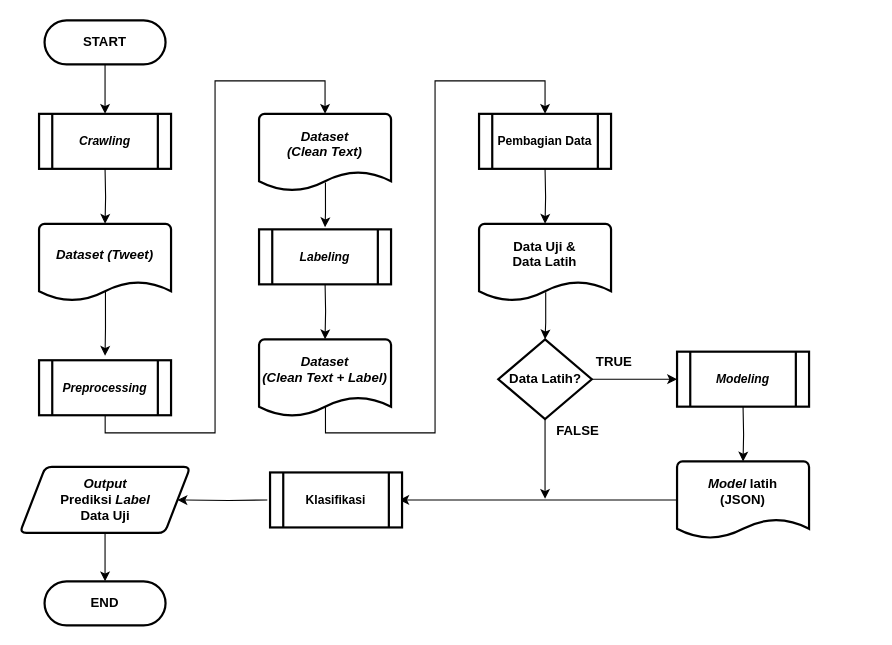
Before: Dokumen TA/Paper/Flowchart/Flowchart keseluruhan proses sistem.drawio in muspriandi/TextMining-SentimentAnalysis, a draw.io diagram. Source tidied: cells renumbered, new cells numbered last; positions are measured from the earlier drawing's top-left corner, leaving out a move shared by most shapes. Both pictures are drawn from the tidied source at 110%, with x=0, y=0 at pixel (19, 20).
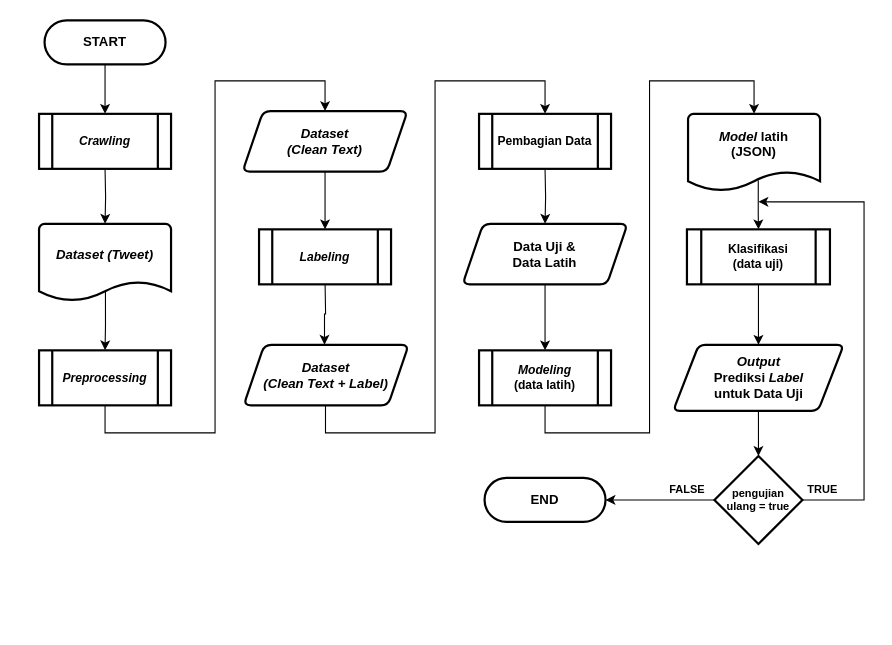
The same diagram, later.

The change refers to these unchanged cells:
```xml
<mxCell id="6" value="&lt;i style=&quot;font-size: 12px&quot;&gt;&lt;b style=&quot;font-size: 12px&quot;&gt;Dataset (Tweet)&lt;br style=&quot;font-size: 12px&quot;&gt;&lt;br style=&quot;font-size: 12px&quot;&gt;&lt;/b&gt;&lt;/i&gt;" style="strokeWidth=2;html=1;shape=mxgraph.flowchart.document2;whiteSpace=wrap;size=0.25;fontSize=12;" parent="1" vertex="1">
  <mxGeometry x="18" y="185" width="120" height="70" as="geometry" />
</mxCell>
<mxCell id="30" value="&lt;b&gt;&lt;i&gt;Labeling&lt;/i&gt;&lt;/b&gt;" style="shape=process;whiteSpace=wrap;html=1;backgroundOutline=1;strokeWidth=2;fontSize=11;" parent="1" vertex="1">
  <mxGeometry x="218" y="190" width="120" height="50" as="geometry" />
</mxCell>
```

Diff of the diagram source:
```diff
@@
-    <mxCell id="5" style="edgeStyle=orthogonalEdgeStyle;rounded=0;jettySize=auto;html=1;entryX=0.5;entryY=0;entryDx=0;entryDy=0;fontSize=12;exitX=0.503;exitY=0.862;exitDx=0;exitDy=0;exitPerimeter=0;" parent="1" edge="1" source="6">
-      <mxGeometry relative="1" as="geometry">
-        <mxPoint x="78" y="305" as="targetPoint" />
-      </mxGeometry>
+    <mxCell id="5" style="edgeStyle=orthogonalEdgeStyle;rounded=0;jettySize=auto;html=1;fontSize=12;exitX=0.503;exitY=0.862;exitDx=0;exitDy=0;exitPerimeter=0;entryX=0.5;entryY=0;entryDx=0;entryDy=0;" parent="1" edge="1" source="6" target="29">
+      <mxGeometry relative="1" as="geometry" />
     </mxCell>
@@
-    <mxCell id="7" style="edgeStyle=orthogonalEdgeStyle;rounded=0;jettySize=auto;html=1;entryX=0.5;entryY=0;entryDx=0;entryDy=0;entryPerimeter=0;fontSize=12;" parent="1" edge="1" target="9">
+    <mxCell id="7" style="edgeStyle=orthogonalEdgeStyle;rounded=0;jettySize=auto;html=1;entryX=0.5;entryY=0;entryDx=0;entryDy=0;fontSize=12;" parent="1" edge="1" source="29" target="9">
       <mxGeometry relative="1" as="geometry">
-        <mxPoint x="78.1" y="355" as="sourcePoint" />
         <Array as="points">
           <mxPoint x="78" y="375" />
           <mxPoint x="178" y="375" />
           <mxPoint x="178" y="55" />
           <mxPoint x="278" y="55" />
         </Array>
       </mxGeometry>
     </mxCell>
-    <mxCell id="8" style="edgeStyle=orthogonalEdgeStyle;rounded=0;jettySize=auto;html=1;entryX=0.5;entryY=0;entryDx=0;entryDy=0;fontSize=12;exitX=0.503;exitY=0.892;exitDx=0;exitDy=0;exitPerimeter=0;" parent="1" edge="1" source="9">
-      <mxGeometry relative="1" as="geometry">
-        <mxPoint x="278" y="188" as="targetPoint" />
-      </mxGeometry>
-    </mxCell>
-    <mxCell id="9" value="&lt;i style=&quot;font-size: 12px;&quot;&gt;&lt;b style=&quot;font-size: 12px;&quot;&gt;Dataset&lt;br style=&quot;font-size: 12px;&quot;&gt;(Clean Text)&lt;br style=&quot;font-size: 12px;&quot;&gt;&lt;br style=&quot;font-size: 12px;&quot;&gt;&lt;/b&gt;&lt;/i&gt;" style="strokeWidth=2;html=1;shape=mxgraph.flowchart.document2;whiteSpace=wrap;size=0.25;fontSize=12;" parent="1" vertex="1">
-      <mxGeometry x="218" y="85" width="120" height="70" as="geometry" />
-    </mxCell>
-    <mxCell id="10" style="edgeStyle=orthogonalEdgeStyle;rounded=0;jettySize=auto;html=1;entryX=0.5;entryY=0;entryDx=0;entryDy=0;entryPerimeter=0;fontSize=12;" parent="1" edge="1" target="12">
+    <mxCell id="10" style="edgeStyle=orthogonalEdgeStyle;rounded=0;jettySize=auto;html=1;entryX=0.49;entryY=-0.002;entryDx=0;entryDy=0;entryPerimeter=0;fontSize=12;" parent="1" edge="1" target="12">
       <mxGeometry relative="1" as="geometry">
         <mxPoint x="278" y="238" as="sourcePoint" />
       </mxGeometry>
     </mxCell>
-    <mxCell id="11" style="edgeStyle=orthogonalEdgeStyle;rounded=0;jettySize=auto;html=1;entryX=0.5;entryY=0;entryDx=0;entryDy=0;fontSize=12;exitX=0.503;exitY=0.861;exitDx=0;exitDy=0;exitPerimeter=0;" parent="1" edge="1" source="12">
+    <mxCell id="11" style="edgeStyle=orthogonalEdgeStyle;rounded=0;orthogonalLoop=1;jettySize=auto;html=1;entryX=0.5;entryY=0;entryDx=0;entryDy=0;fontSize=12;exitX=0.503;exitY=0.861;exitDx=0;exitDy=0;exitPerimeter=0;" parent="1" edge="1">
       <mxGeometry relative="1" as="geometry">
+        <mxPoint x="278.4" y="350.3" as="sourcePoint" />
         <mxPoint x="478" y="85" as="targetPoint" />
         <Array as="points">
           <mxPoint x="278" y="375" />
           <mxPoint x="378" y="375" />
           <mxPoint x="378" y="55" />
           <mxPoint x="478" y="55" />
         </Array>
       </mxGeometry>
     </mxCell>
-    <mxCell id="12" value="&lt;b style=&quot;font-size: 12px;&quot;&gt;&lt;i style=&quot;font-size: 12px;&quot;&gt;Dataset&lt;br style=&quot;font-size: 12px;&quot;&gt;(Clean Text + Label)&lt;br style=&quot;font-size: 12px;&quot;&gt;&lt;/i&gt;&lt;br style=&quot;font-size: 12px;&quot;&gt;&lt;/b&gt;" style="strokeWidth=2;html=1;shape=mxgraph.flowchart.document2;whiteSpace=wrap;size=0.25;fontSize=12;" parent="1" vertex="1">
-      <mxGeometry x="218" y="290" width="120" height="70" as="geometry" />
-    </mxCell>
-    <mxCell id="13" style="edgeStyle=orthogonalEdgeStyle;rounded=0;jettySize=auto;html=1;entryX=0.5;entryY=0;entryDx=0;entryDy=0;entryPerimeter=0;fontSize=12;" parent="1" edge="1" target="15">
-      <mxGeometry relative="1" as="geometry">
-        <mxPoint x="658" y="351.2" as="sourcePoint" />
-      </mxGeometry>
-    </mxCell>
-    <mxCell id="14" style="edgeStyle=orthogonalEdgeStyle;rounded=0;jettySize=auto;html=1;entryX=1;entryY=0.5;entryDx=0;entryDy=0;" parent="1" edge="1" source="15">
-      <mxGeometry relative="1" as="geometry">
-        <mxPoint x="345.5" y="436" as="targetPoint" />
-      </mxGeometry>
-    </mxCell>
+    <mxCell id="34" style="edgeStyle=orthogonalEdgeStyle;rounded=0;jettySize=auto;html=1;fontSize=10;exitX=0.532;exitY=0.865;exitDx=0;exitDy=0;exitPerimeter=0;" parent="1" edge="1" source="15" target="33">
+      <mxGeometry relative="1" as="geometry" />
+    </mxCell>
     <mxCell id="15" value="&lt;b style=&quot;font-size: 12px&quot;&gt;&lt;i&gt;Model &lt;/i&gt;latih &lt;br&gt;(JSON)&lt;br&gt;&lt;br style=&quot;font-size: 12px&quot;&gt;&lt;/b&gt;" style="strokeWidth=2;html=1;shape=mxgraph.flowchart.document2;whiteSpace=wrap;size=0.25;fontSize=12;" parent="1" vertex="1">
-      <mxGeometry x="598" y="401" width="120" height="70" as="geometry" />
+      <mxGeometry x="608" y="85" width="120" height="70" as="geometry" />
     </mxCell>
-    <mxCell id="16" style="edgeStyle=orthogonalEdgeStyle;rounded=0;jettySize=auto;html=1;entryX=1;entryY=0.5;entryDx=0;entryDy=0;" parent="1" edge="1" target="18">
-      <mxGeometry relative="1" as="geometry">
-        <mxPoint x="225.5" y="436" as="sourcePoint" />
-      </mxGeometry>
-    </mxCell>
-    <mxCell id="17" style="edgeStyle=orthogonalEdgeStyle;rounded=0;jettySize=auto;html=1;entryX=0.5;entryY=0;entryDx=0;entryDy=0;" parent="1" edge="1" source="18" target="27">
-      <mxGeometry relative="1" as="geometry" />
-    </mxCell>
+    <mxCell id="35" style="edgeStyle=orthogonalEdgeStyle;rounded=0;jettySize=auto;html=1;entryX=0.5;entryY=0;entryDx=0;entryDy=0;fontSize=10;" parent="1" edge="1" source="18" target="41">
+      <mxGeometry relative="1" as="geometry" />
+    </mxCell>
-    <mxCell id="18" value="&lt;i&gt;Output &lt;br&gt;&lt;/i&gt;Prediksi &lt;i&gt;Label &lt;/i&gt;&lt;br&gt;Data Uji" style="shape=parallelogram;html=1;strokeWidth=2;perimeter=parallelogramPerimeter;whiteSpace=wrap;rounded=1;arcSize=12;size=0.15000000000000002;fontSize=12;fontStyle=1;" parent="1" vertex="1">
-      <mxGeometry x="0.5" y="406" width="155" height="60" as="geometry" />
+    <mxCell id="18" value="&lt;i&gt;Output &lt;br&gt;&lt;/i&gt;Prediksi &lt;i&gt;Label &lt;/i&gt;&lt;br&gt;untuk Data Uji" style="shape=parallelogram;html=1;strokeWidth=2;perimeter=parallelogramPerimeter;whiteSpace=wrap;rounded=1;arcSize=12;size=0.15000000000000002;fontSize=12;fontStyle=1;" parent="1" vertex="1">
+      <mxGeometry x="594.5" y="295" width="155" height="60" as="geometry" />
     </mxCell>
-    <mxCell id="19" style="edgeStyle=orthogonalEdgeStyle;rounded=0;jettySize=auto;html=1;entryX=0.5;entryY=0;entryDx=0;entryDy=0;entryPerimeter=0;fontSize=12;" parent="1" edge="1" target="24">
+    <mxCell id="19" style="edgeStyle=orthogonalEdgeStyle;rounded=0;jettySize=auto;html=1;fontSize=12;" parent="1" edge="1" target="24">
       <mxGeometry relative="1" as="geometry">
         <mxPoint x="478" y="135" as="sourcePoint" />
       </mxGeometry>
     </mxCell>
-    <mxCell id="20" style="edgeStyle=orthogonalEdgeStyle;rounded=0;jettySize=auto;html=1;entryX=0;entryY=0.5;entryDx=0;entryDy=0;fontSize=12;" parent="1" edge="1" source="22">
-      <mxGeometry relative="1" as="geometry">
-        <mxPoint x="598" y="326.2" as="targetPoint" />
-      </mxGeometry>
-    </mxCell>
-    <mxCell id="21" style="edgeStyle=orthogonalEdgeStyle;rounded=0;jettySize=auto;html=1;" parent="1" edge="1" source="22">
-      <mxGeometry relative="1" as="geometry">
-        <mxPoint x="478" y="435" as="targetPoint" />
-      </mxGeometry>
-    </mxCell>
-    <mxCell id="22" value="Data Latih?" style="strokeWidth=2;html=1;shape=mxgraph.flowchart.decision;whiteSpace=wrap;fontSize=12;fontStyle=1;" parent="1" vertex="1">
-      <mxGeometry x="435.5" y="290" width="85" height="72.5" as="geometry" />
-    </mxCell>
-    <mxCell id="23" style="edgeStyle=orthogonalEdgeStyle;rounded=0;jettySize=auto;html=1;fontSize=12;exitX=0.505;exitY=0.889;exitDx=0;exitDy=0;exitPerimeter=0;" parent="1" edge="1" source="24" target="22">
+    <mxCell id="23" style="edgeStyle=orthogonalEdgeStyle;rounded=0;jettySize=auto;html=1;fontSize=12;exitX=0.5;exitY=1;exitDx=0;exitDy=0;entryX=0.5;entryY=0;entryDx=0;entryDy=0;" parent="1" edge="1" source="24" target="31">
       <mxGeometry relative="1" as="geometry" />
     </mxCell>
-    <mxCell id="24" value="&lt;span style=&quot;font-size: 12px&quot;&gt;&lt;b style=&quot;font-size: 12px&quot;&gt;Data Uji &amp;amp; &lt;br&gt;Data Latih&lt;br&gt;&lt;br style=&quot;font-size: 12px&quot;&gt;&lt;/b&gt;&lt;/span&gt;" style="strokeWidth=2;html=1;shape=mxgraph.flowchart.document2;whiteSpace=wrap;size=0.25;fontSize=12;" parent="1" vertex="1">
-      <mxGeometry x="418" y="185" width="120" height="70" as="geometry" />
-    </mxCell>
-    <mxCell id="25" value="&lt;b&gt;TRUE&lt;/b&gt;" style="text;html=1;strokeColor=none;fillColor=none;align=center;verticalAlign=middle;whiteSpace=wrap;rounded=0;fontSize=12;" parent="1" vertex="1">
-      <mxGeometry x="520.5" y="301.2" width="40" height="20" as="geometry" />
-    </mxCell>
-    <mxCell id="26" value="&lt;b&gt;FALSE&lt;/b&gt;" style="text;html=1;strokeColor=none;fillColor=none;align=center;verticalAlign=middle;whiteSpace=wrap;rounded=0;fontSize=12;" parent="1" vertex="1">
-      <mxGeometry x="488" y="362.5" width="40" height="20" as="geometry" />
-    </mxCell>
     <mxCell id="27" value="&lt;b style=&quot;font-size: 12px&quot;&gt;END&lt;/b&gt;" style="rounded=1;whiteSpace=wrap;html=1;absoluteArcSize=1;arcSize=140;strokeWidth=2;fontSize=12;" parent="1" vertex="1">
-      <mxGeometry x="23" y="510" width="110" height="40" as="geometry" />
+      <mxGeometry x="423" y="416" width="110" height="40" as="geometry" />
     </mxCell>
@@
     <mxCell id="29" value="&lt;b&gt;&lt;i&gt;Preprocessing&lt;/i&gt;&lt;/b&gt;" style="shape=process;whiteSpace=wrap;html=1;backgroundOutline=1;strokeWidth=2;fontSize=11;" parent="1" vertex="1">
-      <mxGeometry x="18" y="309" width="120" height="50" as="geometry" />
+      <mxGeometry x="18" y="300" width="120" height="50" as="geometry" />
     </mxCell>
@@
+    <mxCell id="36" style="edgeStyle=orthogonalEdgeStyle;rounded=0;jettySize=auto;html=1;entryX=0.5;entryY=0;entryDx=0;entryDy=0;entryPerimeter=0;fontSize=10;exitX=0.5;exitY=1;exitDx=0;exitDy=0;" parent="1" edge="1" source="31" target="15">
+      <mxGeometry relative="1" as="geometry">
+        <Array as="points">
+          <mxPoint x="478" y="375" />
+          <mxPoint x="573" y="375" />
+          <mxPoint x="573" y="55" />
+          <mxPoint x="668" y="55" />
+        </Array>
+      </mxGeometry>
+    </mxCell>
-    <mxCell id="31" value="&lt;b&gt;&lt;i&gt;Modeling&lt;/i&gt;&lt;/b&gt;" style="shape=process;whiteSpace=wrap;html=1;backgroundOutline=1;strokeWidth=2;fontSize=11;" parent="1" vertex="1">
-      <mxGeometry x="598" y="301.2" width="120" height="50" as="geometry" />
+    <mxCell id="31" value="&lt;b&gt;&lt;i&gt;Modeling&lt;/i&gt;&lt;br&gt;(&lt;/b&gt;&lt;b&gt;data latih)&lt;/b&gt;&lt;b&gt;&lt;br&gt;&lt;/b&gt;" style="shape=process;whiteSpace=wrap;html=1;backgroundOutline=1;strokeWidth=2;fontSize=11;" parent="1" vertex="1">
+      <mxGeometry x="418" y="300" width="120" height="50" as="geometry" />
     </mxCell>
@@
+    <mxCell id="37" style="edgeStyle=orthogonalEdgeStyle;rounded=0;jettySize=auto;html=1;entryX=0.5;entryY=0;entryDx=0;entryDy=0;fontSize=10;" parent="1" edge="1" source="33" target="18">
+      <mxGeometry relative="1" as="geometry" />
+    </mxCell>
-    <mxCell id="33" value="&lt;b&gt;Klasifikasi&lt;/b&gt;" style="shape=process;whiteSpace=wrap;html=1;backgroundOutline=1;strokeWidth=2;fontSize=11;" parent="1" vertex="1">
-      <mxGeometry x="228" y="411" width="120" height="50" as="geometry" />
+    <mxCell id="33" value="&lt;b&gt;Klasifikasi&lt;br&gt;&lt;/b&gt;&lt;b&gt;(data uji)&lt;/b&gt;&lt;b&gt;&lt;br&gt;&lt;/b&gt;" style="shape=process;whiteSpace=wrap;html=1;backgroundOutline=1;strokeWidth=2;fontSize=11;" parent="1" vertex="1">
+      <mxGeometry x="607" y="190" width="130" height="50" as="geometry" />
     </mxCell>
+    <mxCell id="38" style="edgeStyle=orthogonalEdgeStyle;rounded=0;jettySize=auto;html=1;entryX=0.5;entryY=0;entryDx=0;entryDy=0;" parent="1" edge="1" source="9" target="30">
+      <mxGeometry relative="1" as="geometry" />
+    </mxCell>
+    <mxCell id="9" value="&lt;i&gt;&lt;b&gt;Dataset&lt;br&gt;(Clean Text)&lt;/b&gt;&lt;/i&gt;" style="shape=parallelogram;html=1;strokeWidth=2;perimeter=parallelogramPerimeter;whiteSpace=wrap;rounded=1;arcSize=13;size=0.125;" parent="1" vertex="1">
+      <mxGeometry x="203" y="82.5" width="150" height="55" as="geometry" />
+    </mxCell>
+    <mxCell id="12" value="&lt;b&gt;&lt;i&gt;Dataset&lt;br&gt;(Clean Text + Label)&lt;br&gt;&lt;/i&gt;&lt;/b&gt;" style="shape=parallelogram;html=1;strokeWidth=2;perimeter=parallelogramPerimeter;whiteSpace=wrap;rounded=1;arcSize=13;size=0.125;" parent="1" vertex="1">
+      <mxGeometry x="204" y="295" width="150" height="55" as="geometry" />
+    </mxCell>
+    <mxCell id="24" value="&lt;b&gt;Data Uji &amp;amp;&lt;br&gt;Data Latih&lt;br&gt;&lt;/b&gt;" style="shape=parallelogram;html=1;strokeWidth=2;perimeter=parallelogramPerimeter;whiteSpace=wrap;rounded=1;arcSize=13;size=0.125;" parent="1" vertex="1">
+      <mxGeometry x="403" y="185" width="150" height="55" as="geometry" />
+    </mxCell>
+    <mxCell id="39" style="edgeStyle=orthogonalEdgeStyle;rounded=0;jettySize=auto;html=1;entryX=1;entryY=0.5;entryDx=0;entryDy=0;fontSize=10;" parent="1" edge="1" source="41" target="27">
+      <mxGeometry relative="1" as="geometry" />
+    </mxCell>
+    <mxCell id="40" style="edgeStyle=orthogonalEdgeStyle;rounded=0;jettySize=auto;html=1;fontSize=10;exitX=1;exitY=0.5;exitDx=0;exitDy=0;" parent="1" edge="1" source="41">
+      <mxGeometry relative="1" as="geometry">
+        <mxPoint x="672" y="165" as="targetPoint" />
+        <Array as="points">
+          <mxPoint x="768" y="436" />
+          <mxPoint x="768" y="165" />
+        </Array>
+      </mxGeometry>
+    </mxCell>
+    <mxCell id="41" value="&lt;b&gt;pengujian &lt;br&gt;ulang = true&lt;/b&gt;" style="rhombus;whiteSpace=wrap;html=1;strokeWidth=2;fontSize=10;" parent="1" vertex="1">
+      <mxGeometry x="632" y="396" width="80" height="80" as="geometry" />
+    </mxCell>
+    <mxCell id="25" value="TRUE" style="text;html=1;align=center;verticalAlign=middle;fontSize=10;fontStyle=1;" parent="1" vertex="1">
+      <mxGeometry x="709.5" y="416" width="40" height="20" as="geometry" />
+    </mxCell>
+    <mxCell id="26" value="FALSE" style="text;html=1;align=center;verticalAlign=middle;fontSize=10;fontStyle=1;" parent="1" vertex="1">
+      <mxGeometry x="582" y="416" width="50" height="20" as="geometry" />
+    </mxCell>
```
